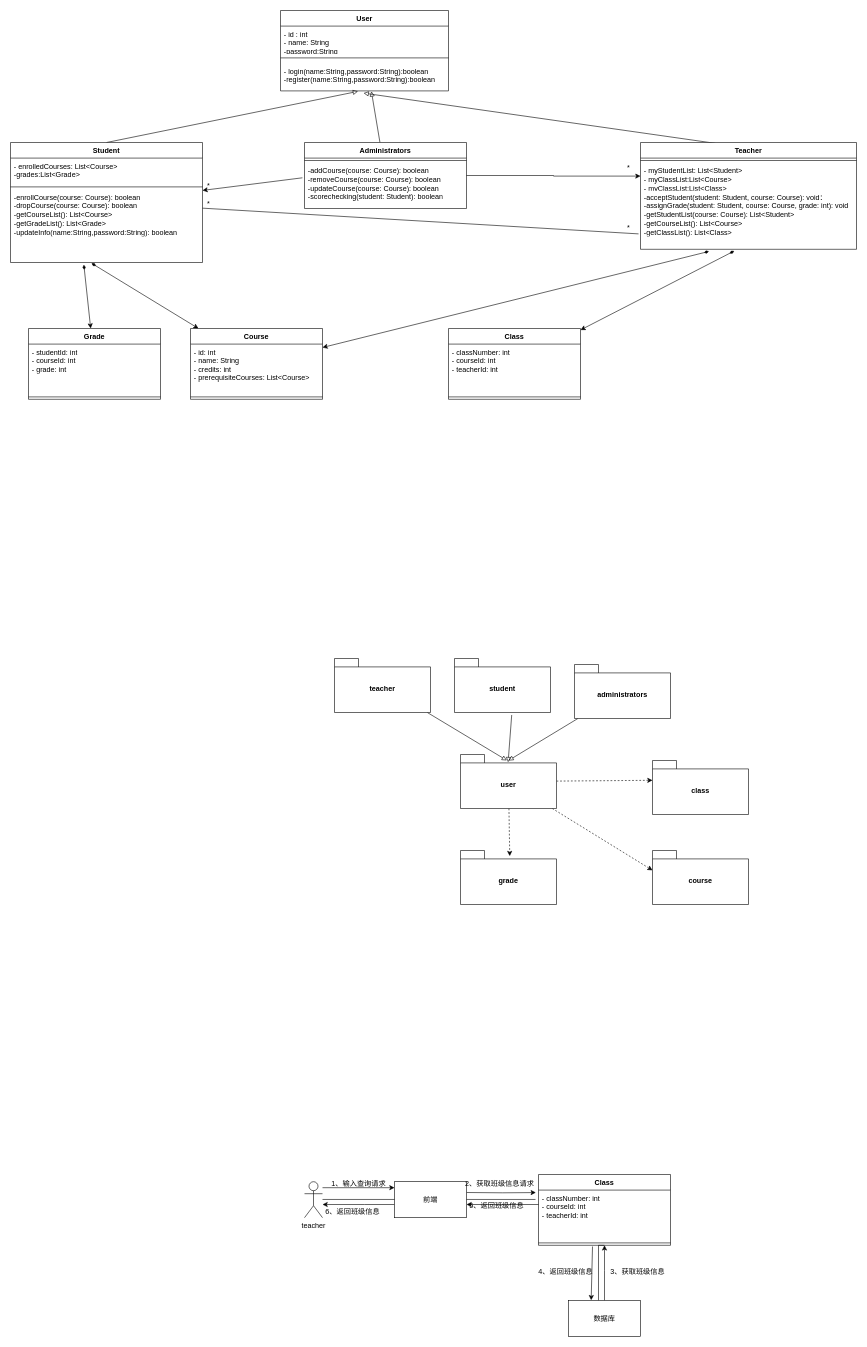
This is 学生成绩管理系统类图.drawio from goodname01/0827, a draw.io file, before an edit. Source tidied: cells renumbered, new cells numbered last; positions are measured from the earlier drawing's top-left corner, leaving out a move shared by most shapes. Both pictures are drawn from the tidied source at 60%, with x=0, y=0 at pixel (10, 10).
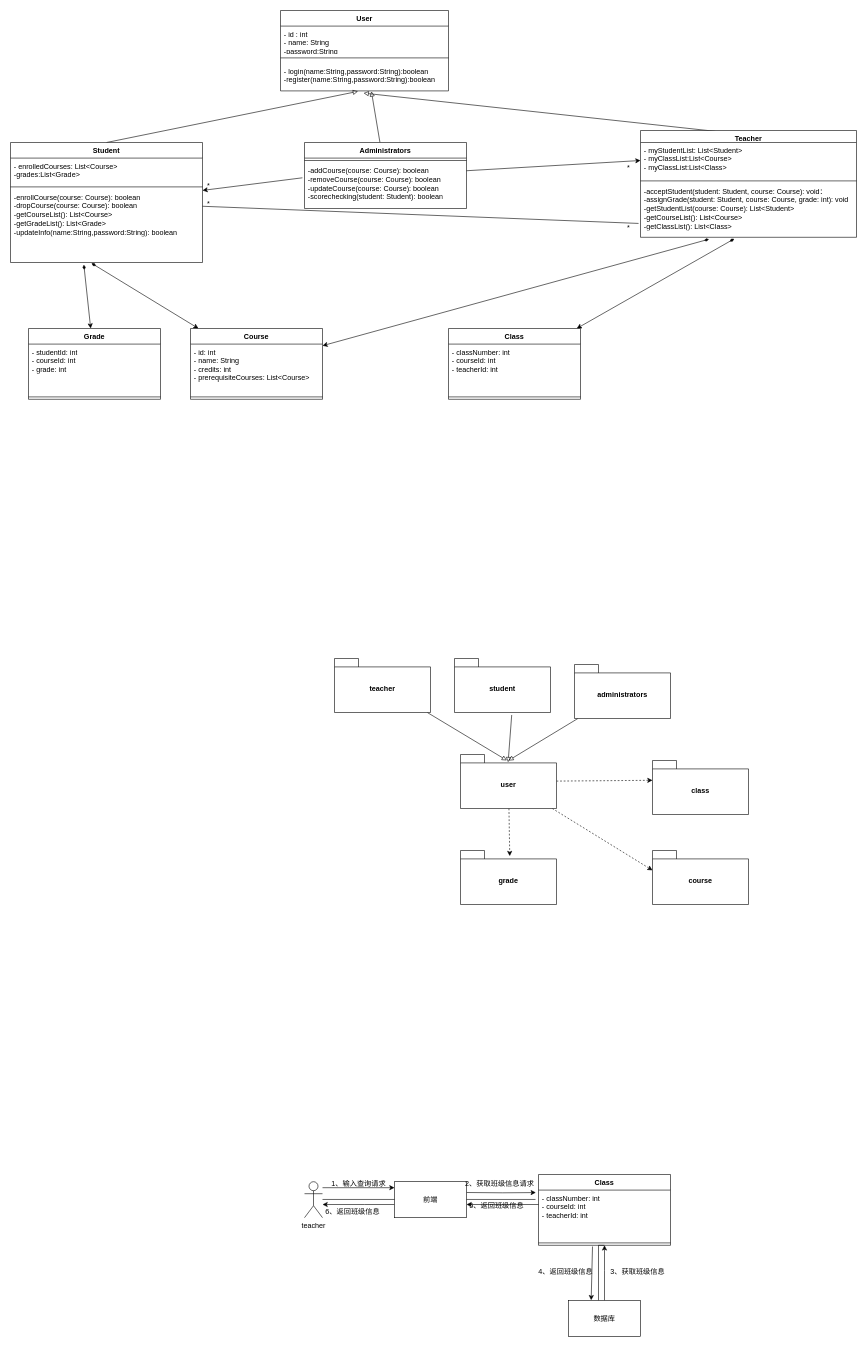
After the change.

Commit message:
更新学生成绩管理系统类图.drawio

The change refers to these unchanged cells:
```xml
<mxCell id="4" value="Administrators" style="swimlane;fontStyle=1;align=center;verticalAlign=top;horizontal=1;startSize=26;whiteSpace=wrap;html=1;" parent="1" vertex="1">
  <mxGeometry x="490" y="220" width="270" height="110" as="geometry" />
</mxCell>
```

Diff of the diagram source:
```diff
@@
-    <mxCell id="3" style="edgeStyle=orthogonalEdgeStyle;rounded=0;jettySize=auto;html=1;entryX=0;entryY=0.5;entryDx=0;entryDy=0;" parent="1" edge="1" source="4" target="34">
+    <mxCell id="3" style="rounded=0;jettySize=auto;html=1;entryX=0;entryY=0.5;entryDx=0;entryDy=0;" parent="1" edge="1" source="4" target="34">
       <mxGeometry relative="1" as="geometry" />
     </mxCell>
@@
-    <mxCell id="32" value="Teacher" style="swimlane;fontStyle=1;align=center;verticalAlign=top;horizontal=1;startSize=26;whiteSpace=wrap;html=1;" parent="1" vertex="1">
-      <mxGeometry x="1050" y="220" width="360" height="178" as="geometry" />
+    <mxCell id="32" value="Teacher" style="swimlane;fontStyle=1;align=center;verticalAlign=top;horizontal=1;startSize=20;whiteSpace=wrap;html=1;" parent="1" vertex="1">
+      <mxGeometry x="1050" y="200" width="360" height="178" as="geometry" />
     </mxCell>
+    <mxCell id="34" value="- myStudentList: List&amp;lt;Student&amp;gt;&lt;br&gt;- myClassList:List&amp;lt;Course&amp;gt;&lt;br&gt;- myClassList:List&amp;lt;Class&amp;gt;" style="text;strokeColor=none;fillColor=none;align=left;verticalAlign=top;spacingLeft=4;spacingRight=4;overflow=hidden;points=[[0,0.5],[1,0.5]];portConstraint=eastwest;whiteSpace=wrap;html=1;" parent="32" vertex="1">
+      <mxGeometry y="20" width="360" height="60" as="geometry" />
+    </mxCell>
     <mxCell id="33" style="line;strokeWidth=1;fillColor=none;align=left;verticalAlign=middle;spacingTop=-1;spacingLeft=3;spacingRight=3;labelPosition=right;strokeColor=inherit;" parent="32" vertex="1">
-      <mxGeometry y="26" width="360" height="8" as="geometry" />
+      <mxGeometry y="80" width="360" height="8" as="geometry" />
     </mxCell>
-    <mxCell id="34" value="- myStudentList: List&amp;lt;Student&amp;gt;&lt;br&gt;- myClassList:List&amp;lt;Course&amp;gt;&lt;br&gt;- myClassList:List&amp;lt;Class&amp;gt;" style="text;strokeColor=none;fillColor=none;align=left;verticalAlign=top;spacingLeft=4;spacingRight=4;overflow=hidden;points=[[0,0.5],[1,0.5]];portConstraint=eastwest;whiteSpace=wrap;html=1;" parent="32" vertex="1">
-      <mxGeometry y="34" width="360" height="44" as="geometry" />
-    </mxCell>
     <mxCell id="35" value="-acceptStudent(student: Student, course: Course): void：&lt;br style=&quot;border-color: var(--border-color);&quot;&gt;-assignGrade(student: Student, course: Course, grade: int): void&lt;br style=&quot;border-color: var(--border-color);&quot;&gt;-getStudentList(course: Course): List&amp;lt;Student&amp;gt;&lt;br style=&quot;border-color: var(--border-color);&quot;&gt;-getCourseList(): List&amp;lt;Course&amp;gt;&lt;br style=&quot;border-color: var(--border-color);&quot;&gt;-getClassList(): List&amp;lt;Class&amp;gt;" style="text;strokeColor=none;fillColor=none;align=left;verticalAlign=top;spacingLeft=4;spacingRight=4;overflow=hidden;points=[[0,0.5],[1,0.5]];portConstraint=eastwest;whiteSpace=wrap;html=1;" parent="32" vertex="1">
-      <mxGeometry y="78" width="360" height="100" as="geometry" />
+      <mxGeometry y="88" width="360" height="90" as="geometry" />
     </mxCell>
```
